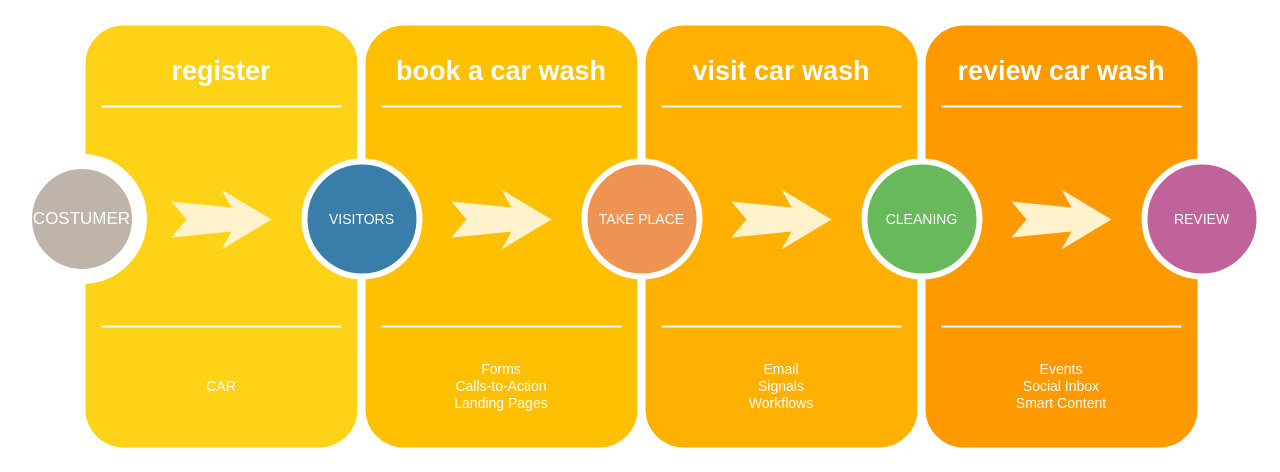
This is framework.drawio from AnasBawazir/CarWashingStation, a draw.io file, before an edit. Source tidied: cells renumbered, new cells numbered last; positions are measured from the earlier drawing's top-left corner, leaving out a move shared by most shapes. Both pictures are drawn from the tidied source at 100%, with x=0, y=0 at pixel (24, 21).
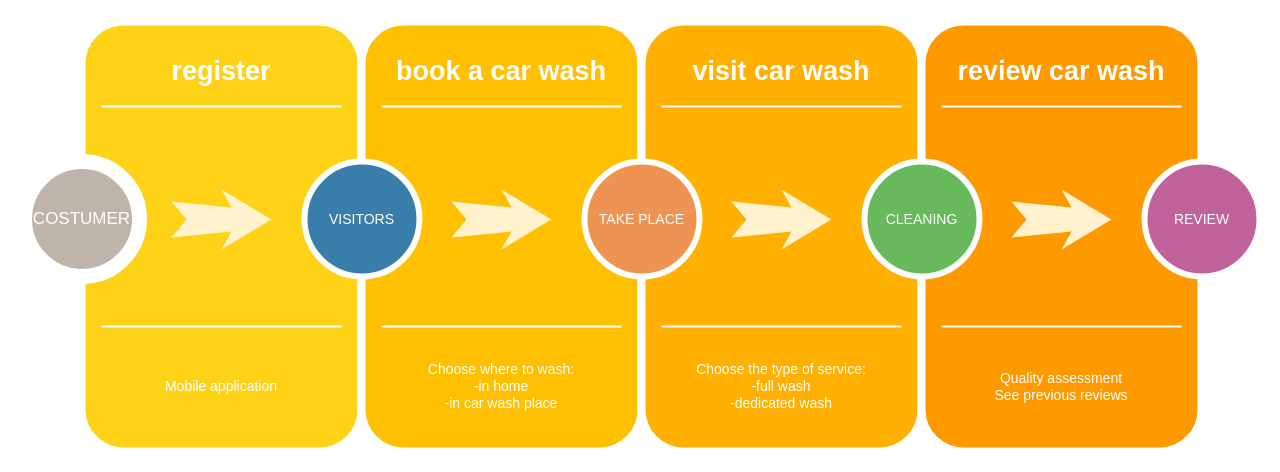
After the change.

Diff of the diagram source:
```diff
@@
-    <mxCell id="4" value="CAR" style="text;html=1;strokeColor=none;fillColor=none;align=center;verticalAlign=middle;whiteSpace=wrap;rounded=0;shadow=0;fontSize=14;fontColor=#FFFFFF;" parent="1" vertex="1">
+    <mxCell id="4" value="Mobile application" style="text;html=1;strokeColor=none;fillColor=none;align=center;verticalAlign=middle;whiteSpace=wrap;rounded=0;shadow=0;fontSize=14;fontColor=#FFFFFF;" parent="1" vertex="1">
       <mxGeometry x="57" y="320" width="280" height="90" as="geometry" />
     </mxCell>
@@
-    <mxCell id="11" value="Forms&lt;div&gt;Calls-to-Action&lt;/div&gt;&lt;div&gt;Landing Pages&lt;/div&gt;" style="text;html=1;strokeColor=none;fillColor=none;align=center;verticalAlign=middle;whiteSpace=wrap;rounded=0;shadow=0;fontSize=14;fontColor=#FFFFFF;" parent="1" vertex="1">
+    <mxCell id="11" value="Choose where to wash:&lt;div&gt;&lt;span&gt;-in home&lt;/span&gt;&lt;br&gt;&lt;/div&gt;&lt;div&gt;-in car wash place&lt;/div&gt;" style="text;html=1;strokeColor=none;fillColor=none;align=center;verticalAlign=middle;whiteSpace=wrap;rounded=0;shadow=0;fontSize=14;fontColor=#FFFFFF;" parent="1" vertex="1">
       <mxGeometry x="337" y="320" width="280" height="90" as="geometry" />
     </mxCell>
@@
-    <mxCell id="18" value="Email&lt;div&gt;Signals&lt;/div&gt;&lt;div&gt;Workflows&lt;/div&gt;" style="text;html=1;strokeColor=none;fillColor=none;align=center;verticalAlign=middle;whiteSpace=wrap;rounded=0;shadow=0;fontSize=14;fontColor=#FFFFFF;" parent="1" vertex="1">
+    <mxCell id="18" value="Choose the type of service:&lt;br&gt;-full wash&lt;br&gt;-dedicated wash" style="text;html=1;strokeColor=none;fillColor=none;align=center;verticalAlign=middle;whiteSpace=wrap;rounded=0;shadow=0;fontSize=14;fontColor=#FFFFFF;" parent="1" vertex="1">
       <mxGeometry x="617" y="320" width="280" height="90" as="geometry" />
     </mxCell>
@@
-    <mxCell id="25" value="Events&lt;div&gt;Social Inbox&lt;/div&gt;&lt;div&gt;Smart Content&lt;/div&gt;" style="text;html=1;strokeColor=none;fillColor=none;align=center;verticalAlign=middle;whiteSpace=wrap;rounded=0;shadow=0;fontSize=14;fontColor=#FFFFFF;" parent="1" vertex="1">
+    <mxCell id="25" value="Quality assessment&lt;br&gt;See previous reviews" style="text;html=1;strokeColor=none;fillColor=none;align=center;verticalAlign=middle;whiteSpace=wrap;rounded=0;shadow=0;fontSize=14;fontColor=#FFFFFF;" parent="1" vertex="1">
       <mxGeometry x="897" y="320" width="280" height="90" as="geometry" />
     </mxCell>
```
